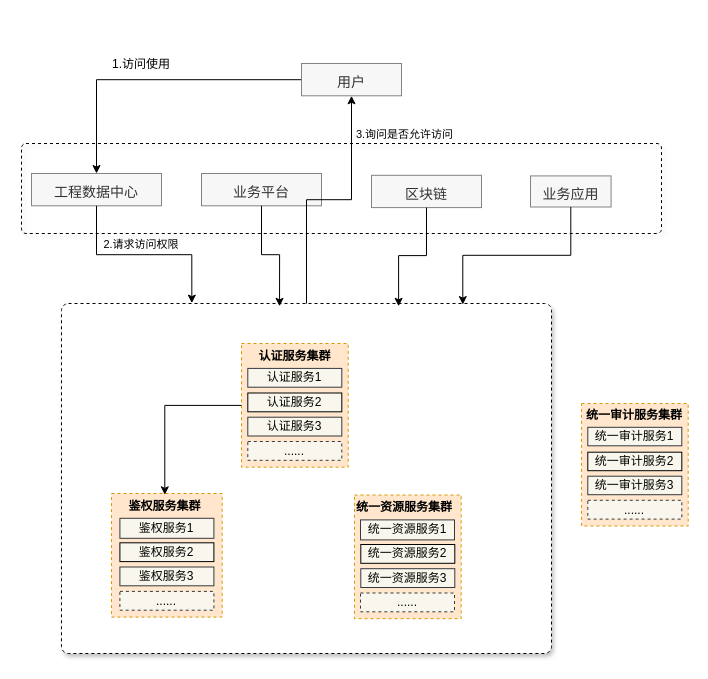
The draw.io diagram page "第 1 页" (1 of 2) of 东庄信息化项目-统一权限管理1.drawio in sun-beijixing/drawio, before the edit. Source tidied: cells renumbered, new cells numbered last; positions are measured from the earlier drawing's top-left corner, leaving out a move shared by most shapes. Both pictures are drawn from the tidied source at 100%, with x=0, y=0 at pixel (21, 53).
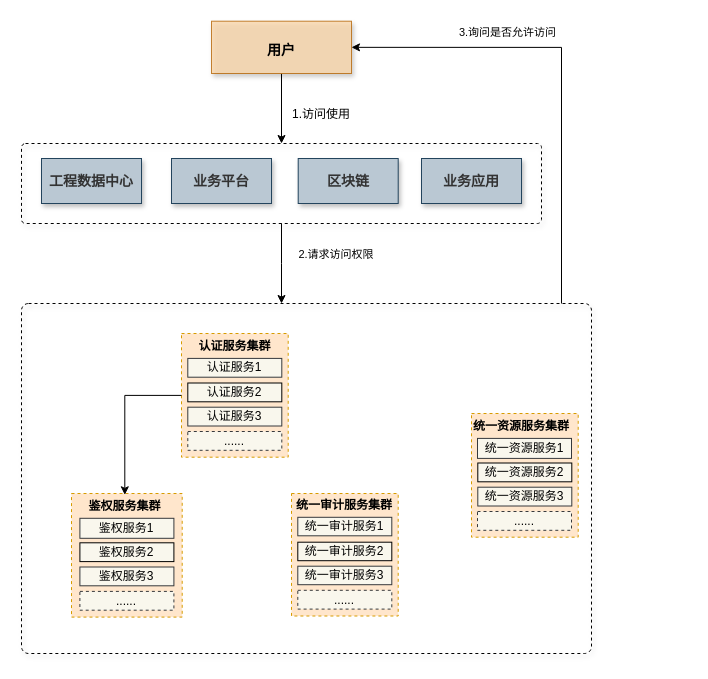
After the change.

Commit message:
更新东庄信息化项目-统一权限管理1.drawio

What changed in the source:
```diff
@@
     <mxCell id="2" style="rounded=1;whiteSpace=wrap;html=1;shadow=1;fontSize=11;strokeWidth=1;fillColor=none;dashed=1;arcSize=5;" parent="1" vertex="1">
-      <mxGeometry y="90" width="640" height="90" as="geometry" />
+      <mxGeometry y="90" width="520" height="80" as="geometry" />
     </mxCell>
-    <mxCell id="3" style="text;html=1;fillColor=default;align=center;verticalAlign=middle;whiteSpace=wrap;fontSize=54;fontStyle=1;shadow=1;rounded=1;glass=0;sketch=0;arcSize=2;dashed=1;strokeWidth=1;strokeColor=default;" parent="1" vertex="1">
-      <mxGeometry x="40" y="250" width="490" height="350" as="geometry" />
+    <mxCell id="3" style="text;html=1;fillColor=none;align=center;verticalAlign=middle;whiteSpace=wrap;fontSize=54;fontStyle=1;shadow=1;rounded=1;glass=0;sketch=0;arcSize=2;dashed=1;strokeWidth=1;strokeColor=default;" parent="1" vertex="1">
+      <mxGeometry y="250" width="570" height="350" as="geometry" />
     </mxCell>
-    <mxCell id="4" value="&lt;font style=&quot;font-size: 14px;&quot;&gt;业务平台&lt;/font&gt;" style="rounded=0;whiteSpace=wrap;html=1;shadow=0;glass=0;sketch=0;fontSize=20;fillColor=#f5f5f5;fontColor=#333333;strokeColor=#666666;opacity=80;" parent="1" vertex="1">
-      <mxGeometry x="180" y="120" width="120" height="32.3" as="geometry" />
-    </mxCell>
-    <mxCell id="5" value="&lt;font style=&quot;font-size: 14px;&quot;&gt;区块链&lt;/font&gt;" style="rounded=0;whiteSpace=wrap;html=1;shadow=0;glass=0;sketch=0;fontSize=20;fillColor=#f5f5f5;fontColor=#333333;strokeColor=#666666;opacity=80;" parent="1" vertex="1">
-      <mxGeometry x="350" y="121.8" width="110" height="32.3" as="geometry" />
-    </mxCell>
-    <mxCell id="6" value="&lt;font style=&quot;font-size: 14px;&quot;&gt;工程数据中心&lt;/font&gt;" style="rounded=0;whiteSpace=wrap;html=1;shadow=0;glass=0;sketch=0;fontSize=20;fillColor=#f5f5f5;fontColor=#333333;strokeColor=#666666;opacity=80;" parent="1" vertex="1">
-      <mxGeometry x="10" y="120" width="130" height="32.3" as="geometry" />
-    </mxCell>
-    <mxCell id="7" value="&lt;font style=&quot;font-size: 14px;&quot;&gt;业务应用&lt;/font&gt;" style="rounded=0;whiteSpace=wrap;html=1;shadow=0;glass=0;sketch=0;fontSize=20;fillColor=#f5f5f5;fontColor=#333333;strokeColor=#666666;opacity=80;" parent="1" vertex="1">
-      <mxGeometry x="509" y="122.4" width="80.6" height="31.1" as="geometry" />
-    </mxCell>
-    <mxCell id="8" style="edgeStyle=orthogonalEdgeStyle;elbow=horizontal;endArrow=classic;html=1;rounded=0;jumpStyle=none;exitX=0.5;exitY=1;exitDx=0;exitDy=0;entryX=0.266;entryY=-0.001;entryDx=0;entryDy=0;entryPerimeter=0;" parent="1" edge="1" source="6" target="3">
-      <mxGeometry relative="1" as="geometry" />
+    <mxCell id="8" style="edgeStyle=orthogonalEdgeStyle;elbow=horizontal;endArrow=classic;html=1;rounded=0;jumpStyle=none;exitX=0.5;exitY=1;exitDx=0;exitDy=0;" parent="1" edge="1" source="2">
+      <mxGeometry relative="1" as="geometry">
+        <mxPoint x="260" y="250" as="targetPoint" />
+      </mxGeometry>
     </mxCell>
-    <mxCell id="9" style="edgeStyle=orthogonalEdgeStyle;elbow=horizontal;endArrow=classic;html=1;rounded=0;jumpStyle=none;exitX=0.5;exitY=1;exitDx=0;exitDy=0;entryX=0.445;entryY=0.008;entryDx=0;entryDy=0;entryPerimeter=0;" parent="1" edge="1" source="4" target="3">
-      <mxGeometry relative="1" as="geometry" />
-    </mxCell>
-    <mxCell id="10" style="edgeStyle=orthogonalEdgeStyle;elbow=horizontal;endArrow=classic;html=1;rounded=0;jumpStyle=none;exitX=0.5;exitY=1;exitDx=0;exitDy=0;entryX=0.688;entryY=0.008;entryDx=0;entryDy=0;entryPerimeter=0;" parent="1" edge="1" source="5" target="3">
-      <mxGeometry relative="1" as="geometry" />
-    </mxCell>
-    <mxCell id="11" style="edgeStyle=orthogonalEdgeStyle;elbow=horizontal;endArrow=classic;html=1;rounded=0;jumpStyle=none;exitX=0.5;exitY=1;exitDx=0;exitDy=0;entryX=0.819;entryY=0.003;entryDx=0;entryDy=0;entryPerimeter=0;" parent="1" edge="1" source="7" target="3">
-      <mxGeometry relative="1" as="geometry" />
-    </mxCell>
     <mxCell id="12" style="group;" parent="1" vertex="1">
-      <mxGeometry x="560" y="350" width="106.7" height="122.5" as="geometry" />
+      <mxGeometry x="270" y="440" width="106.7" height="122.5" as="geometry" />
     </mxCell>
@@
     <mxCell id="19" style="group;" parent="1" vertex="1">
-      <mxGeometry x="220" y="290" width="106.7" height="123.7" as="geometry" />
+      <mxGeometry x="160" y="280" width="106.7" height="123.7" as="geometry" />
     </mxCell>
@@
     <mxCell id="26" style="group;" parent="1" vertex="1">
-      <mxGeometry x="333" y="441.5" width="106.7" height="123.7" as="geometry" />
+      <mxGeometry x="450" y="360" width="106.7" height="123.7" as="geometry" />
     </mxCell>
@@
     <mxCell id="33" style="group;" parent="1" vertex="1">
-      <mxGeometry x="90" y="440" width="110.7" height="123.6" as="geometry" />
+      <mxGeometry x="50" y="440" width="110.7" height="123.6" as="geometry" />
     </mxCell>
@@
-    <mxCell id="41" style="edgeStyle=orthogonalEdgeStyle;rounded=0;jumpStyle=none;jettySize=auto;html=1;entryX=0.5;entryY=0;entryDx=0;entryDy=0;fontSize=14;" parent="1" edge="1" source="42" target="6">
+    <mxCell id="41" style="edgeStyle=orthogonalEdgeStyle;rounded=0;jumpStyle=none;jettySize=auto;html=1;entryX=0.5;entryY=0;entryDx=0;entryDy=0;fontSize=14;" parent="1" edge="1" source="42" target="2">
       <mxGeometry relative="1" as="geometry" />
     </mxCell>
-    <mxCell id="42" value="&lt;font style=&quot;font-size: 14px;&quot;&gt;用户&lt;/font&gt;" style="rounded=0;whiteSpace=wrap;html=1;shadow=0;glass=0;sketch=0;fontSize=20;fillColor=#f5f5f5;fontColor=#333333;strokeColor=#666666;opacity=80;" parent="1" vertex="1">
-      <mxGeometry x="280" y="10" width="100" height="32.3" as="geometry" />
+    <mxCell id="42" value="&lt;font style=&quot;font-size: 14px;&quot;&gt;&lt;b&gt;用户&lt;/b&gt;&lt;/font&gt;" style="rounded=0;whiteSpace=wrap;html=1;shadow=1;glass=0;sketch=0;fontSize=20;fillColor=#fad7ac;strokeColor=#b46504;opacity=80;" parent="1" vertex="1">
+      <mxGeometry x="190" y="-32.3" width="140" height="52.3" as="geometry" />
     </mxCell>
     <mxCell id="43" value="&lt;font style=&quot;font-size: 12px;&quot;&gt;1.访问使用&lt;/font&gt;" style="text;html=1;strokeColor=none;fillColor=none;align=center;verticalAlign=middle;whiteSpace=wrap;rounded=0;shadow=1;fontSize=14;" parent="1" vertex="1">
-      <mxGeometry x="80" width="80" height="20" as="geometry" />
+      <mxGeometry x="260" y="50" width="80" height="20" as="geometry" />
     </mxCell>
     <mxCell id="44" value="&lt;font style=&quot;font-size: 11px;&quot;&gt;2.请求访问权限&lt;/font&gt;" style="text;html=1;strokeColor=none;fillColor=none;align=center;verticalAlign=middle;whiteSpace=wrap;rounded=0;shadow=1;fontSize=14;" parent="1" vertex="1">
-      <mxGeometry x="75" y="180" width="90" height="20" as="geometry" />
+      <mxGeometry x="270" y="190" width="90" height="20" as="geometry" />
     </mxCell>
-    <mxCell id="45" style="edgeStyle=orthogonalEdgeStyle;elbow=horizontal;endArrow=classic;html=1;rounded=0;jumpStyle=none;entryX=0.5;entryY=1;entryDx=0;entryDy=0;" parent="1" edge="1" source="3" target="42">
-      <mxGeometry relative="1" as="geometry" />
+    <mxCell id="45" style="edgeStyle=orthogonalEdgeStyle;elbow=horizontal;endArrow=classic;html=1;rounded=0;jumpStyle=none;entryX=1;entryY=0.5;entryDx=0;entryDy=0;" parent="1" edge="1" target="42">
+      <mxGeometry relative="1" as="geometry">
+        <mxPoint x="540" y="250" as="sourcePoint" />
+        <Array as="points">
+          <mxPoint x="540" y="250" />
+          <mxPoint x="540" y="-6" />
+        </Array>
+      </mxGeometry>
     </mxCell>
     <mxCell id="46" value="&lt;font style=&quot;font-size: 11px;&quot;&gt;3.询问是否允许访问&lt;/font&gt;" style="text;html=1;strokeColor=none;fillColor=none;align=center;verticalAlign=middle;whiteSpace=wrap;rounded=0;shadow=1;fontSize=14;" parent="1" vertex="1">
-      <mxGeometry x="326.7" y="70" width="113.3" height="20" as="geometry" />
+      <mxGeometry x="430" y="-32.3" width="113.3" height="20" as="geometry" />
     </mxCell>
+    <mxCell id="6" value="&lt;b style=&quot;color: rgb(51, 51, 51); font-size: 14px;&quot;&gt;工程数据中心&lt;/b&gt;" style="rounded=0;whiteSpace=wrap;html=1;shadow=1;fontSize=11;strokeColor=#23445d;strokeWidth=1;fillColor=#bac8d3;" parent="1" vertex="1">
+      <mxGeometry x="20" y="105" width="100" height="45" as="geometry" />
+    </mxCell>
+    <mxCell id="4" value="&lt;b style=&quot;color: rgb(51, 51, 51); font-size: 14px;&quot;&gt;业务平台&lt;/b&gt;" style="rounded=0;whiteSpace=wrap;html=1;shadow=1;fontSize=11;strokeColor=#23445d;strokeWidth=1;fillColor=#bac8d3;" parent="1" vertex="1">
+      <mxGeometry x="150" y="105" width="100" height="45" as="geometry" />
+    </mxCell>
+    <mxCell id="5" value="&lt;b style=&quot;color: rgb(51, 51, 51); font-size: 14px;&quot;&gt;区块链&lt;/b&gt;" style="rounded=0;whiteSpace=wrap;html=1;shadow=1;fontSize=11;strokeColor=#23445d;strokeWidth=1;fillColor=#bac8d3;" parent="1" vertex="1">
+      <mxGeometry x="276.7" y="105" width="100" height="45" as="geometry" />
+    </mxCell>
+    <mxCell id="7" value="&lt;b style=&quot;color: rgb(51, 51, 51); font-size: 14px;&quot;&gt;业务应用&lt;/b&gt;" style="rounded=0;whiteSpace=wrap;html=1;shadow=1;fontSize=11;strokeColor=#23445d;strokeWidth=1;fillColor=#bac8d3;" parent="1" vertex="1">
+      <mxGeometry x="400" y="105" width="100" height="45" as="geometry" />
+    </mxCell>
```
